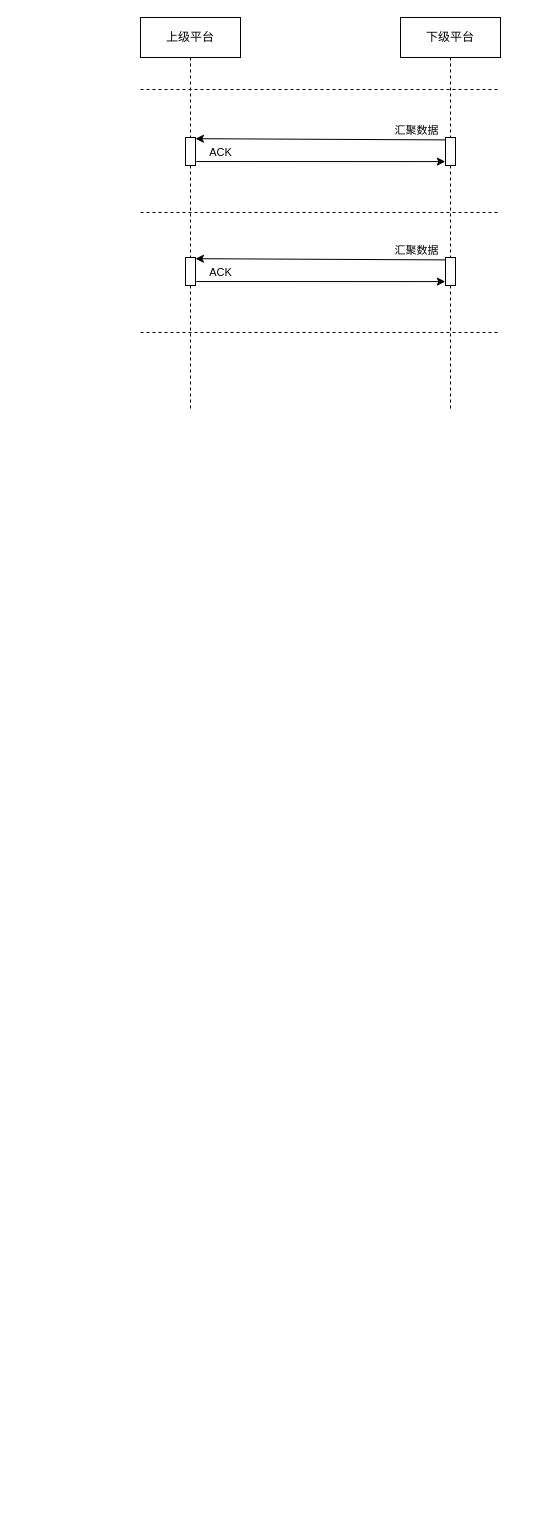
Earlier version of the draw.io diagram page "Page-4" (4 of 6) of 染色平台.drawio (liubocoder/diagrams). Source tidied: cells renumbered, new cells numbered last; positions are measured from the earlier drawing's top-left corner, leaving out a move shared by most shapes. Both pictures are drawn from the tidied source at 100%, with x=0, y=0 at pixel (140, 17).
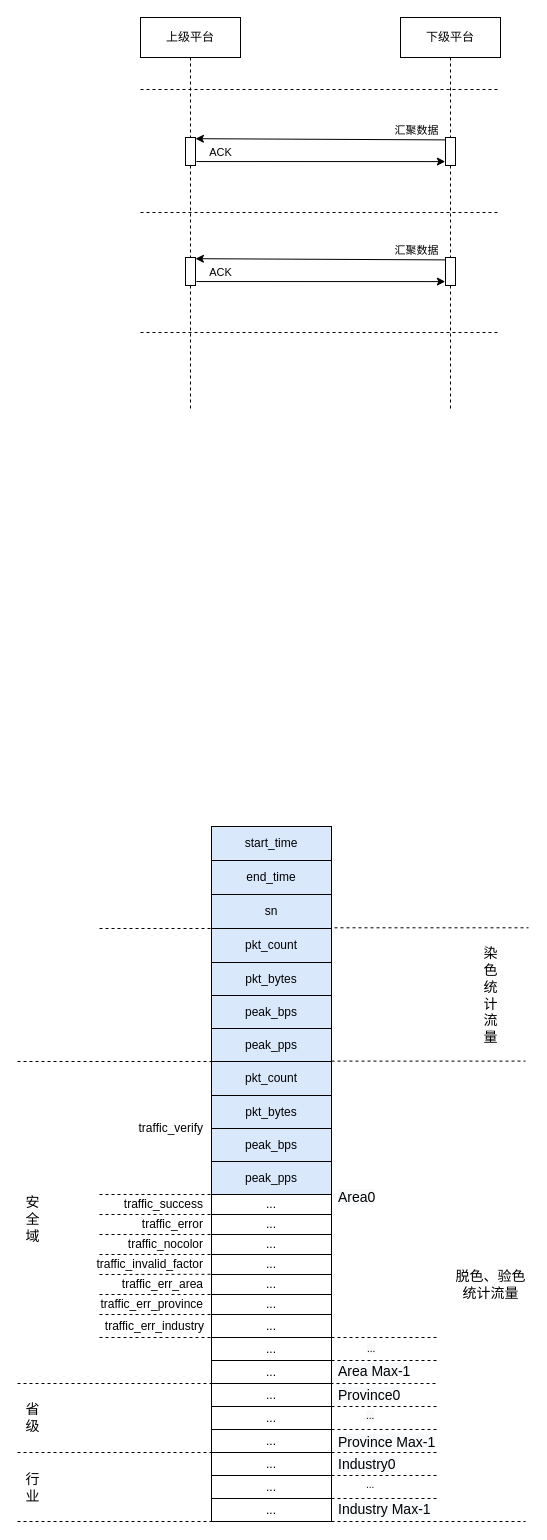
Above is the later version.

The edit, as a diff of the source:
```diff
@@
+    <mxCell id="19" style="rounded=0;whiteSpace=wrap;html=1;sketch=0;fillColor=#dae8fc;strokeColor=#000000;" parent="1" vertex="1">
+      <mxGeometry x="71" y="1044" width="120" height="133" as="geometry" />
+    </mxCell>
+    <mxCell id="20" value="peak_pps" style="rounded=0;whiteSpace=wrap;html=1;sketch=0;strokeColor=#000000;fillColor=none;" parent="1" vertex="1">
+      <mxGeometry x="71" y="1144" width="120" height="33" as="geometry" />
+    </mxCell>
+    <mxCell id="21" value="peak_bps" style="rounded=0;whiteSpace=wrap;html=1;sketch=0;strokeColor=#000000;fillColor=none;" parent="1" vertex="1">
+      <mxGeometry x="71" y="1111" width="120" height="33" as="geometry" />
+    </mxCell>
+    <mxCell id="22" value="pkt_bytes" style="rounded=0;whiteSpace=wrap;html=1;sketch=0;strokeColor=#000000;fillColor=none;" parent="1" vertex="1">
+      <mxGeometry x="71" y="1078" width="120" height="33" as="geometry" />
+    </mxCell>
+    <mxCell id="23" value="pkt_count" style="rounded=0;whiteSpace=wrap;html=1;sketch=0;strokeColor=#000000;fillColor=none;" parent="1" vertex="1">
+      <mxGeometry x="71" y="1044" width="120" height="34" as="geometry" />
+    </mxCell>
+    <mxCell id="24" value="..." style="rounded=0;whiteSpace=wrap;html=1;sketch=0;strokeColor=#000000;fillColor=none;" parent="1" vertex="1">
+      <mxGeometry x="71" y="1177" width="120" height="20" as="geometry" />
+    </mxCell>
+    <mxCell id="25" style="endArrow=none;dashed=1;html=1;sketch=0;curved=0;strokeWidth=1;jumpSize=8;" parent="1" edge="1">
+      <mxGeometry relative="1" as="geometry">
+        <mxPoint x="-41" y="1177" as="sourcePoint" />
+        <mxPoint x="71" y="1177" as="targetPoint" />
+      </mxGeometry>
+    </mxCell>
+    <mxCell id="26" value="traffic_verify" style="text;html=1;strokeColor=none;fillColor=none;align=right;verticalAlign=middle;whiteSpace=wrap;rounded=0;sketch=0;strokeWidth=1;fontSize=12;" parent="1" vertex="1">
+      <mxGeometry x="-30" y="1102" width="95" height="17" as="geometry" />
+    </mxCell>
+    <mxCell id="27" value="..." style="rounded=0;whiteSpace=wrap;html=1;sketch=0;strokeColor=#000000;fillColor=none;" parent="1" vertex="1">
+      <mxGeometry x="71" y="1197" width="120" height="20" as="geometry" />
+    </mxCell>
+    <mxCell id="28" value="..." style="rounded=0;whiteSpace=wrap;html=1;sketch=0;strokeColor=#000000;fillColor=none;" parent="1" vertex="1">
+      <mxGeometry x="71" y="1217" width="120" height="20" as="geometry" />
+    </mxCell>
+    <mxCell id="29" value="..." style="rounded=0;whiteSpace=wrap;html=1;sketch=0;strokeColor=#000000;fillColor=none;" parent="1" vertex="1">
+      <mxGeometry x="71" y="1237" width="120" height="20" as="geometry" />
+    </mxCell>
+    <mxCell id="30" value="..." style="rounded=0;whiteSpace=wrap;html=1;sketch=0;strokeColor=#000000;fillColor=none;" parent="1" vertex="1">
+      <mxGeometry x="71" y="1257" width="120" height="20" as="geometry" />
+    </mxCell>
+    <mxCell id="31" value="..." style="rounded=0;whiteSpace=wrap;html=1;sketch=0;strokeColor=#000000;fillColor=none;" parent="1" vertex="1">
+      <mxGeometry x="71" y="1277" width="120" height="20" as="geometry" />
+    </mxCell>
+    <mxCell id="32" style="endArrow=none;dashed=1;html=1;sketch=0;curved=0;strokeWidth=1;jumpSize=8;" parent="1" edge="1">
+      <mxGeometry relative="1" as="geometry">
+        <mxPoint x="-41" y="1197" as="sourcePoint" />
+        <mxPoint x="71" y="1197" as="targetPoint" />
+      </mxGeometry>
+    </mxCell>
+    <mxCell id="33" style="endArrow=none;dashed=1;html=1;sketch=0;curved=0;strokeWidth=1;jumpSize=8;" parent="1" edge="1">
+      <mxGeometry relative="1" as="geometry">
+        <mxPoint x="-41" y="1217" as="sourcePoint" />
+        <mxPoint x="71" y="1217" as="targetPoint" />
+      </mxGeometry>
+    </mxCell>
+    <mxCell id="34" style="endArrow=none;dashed=1;html=1;sketch=0;curved=0;strokeWidth=1;jumpSize=8;" parent="1" edge="1">
+      <mxGeometry relative="1" as="geometry">
+        <mxPoint x="-41" y="1237" as="sourcePoint" />
+        <mxPoint x="71" y="1237" as="targetPoint" />
+      </mxGeometry>
+    </mxCell>
+    <mxCell id="35" style="endArrow=none;dashed=1;html=1;sketch=0;curved=0;strokeWidth=1;jumpSize=8;" parent="1" edge="1">
+      <mxGeometry relative="1" as="geometry">
+        <mxPoint x="-41" y="1257" as="sourcePoint" />
+        <mxPoint x="71" y="1256.8" as="targetPoint" />
+      </mxGeometry>
+    </mxCell>
+    <mxCell id="36" style="endArrow=none;dashed=1;html=1;sketch=0;curved=0;strokeWidth=1;jumpSize=8;" parent="1" edge="1">
+      <mxGeometry relative="1" as="geometry">
+        <mxPoint x="-41" y="1277" as="sourcePoint" />
+        <mxPoint x="71" y="1277" as="targetPoint" />
+      </mxGeometry>
+    </mxCell>
+    <mxCell id="37" value="traffic_success" style="text;html=1;strokeColor=none;fillColor=none;align=right;verticalAlign=middle;whiteSpace=wrap;rounded=0;sketch=0;strokeWidth=1;fontSize=12;" parent="1" vertex="1">
+      <mxGeometry x="-40" y="1178.5" width="105" height="17" as="geometry" />
+    </mxCell>
+    <mxCell id="38" value="traffic_error" style="text;html=1;strokeColor=none;fillColor=none;align=right;verticalAlign=middle;whiteSpace=wrap;rounded=0;sketch=0;strokeWidth=1;fontSize=12;" parent="1" vertex="1">
+      <mxGeometry x="-34" y="1198.5" width="99" height="17" as="geometry" />
+    </mxCell>
+    <mxCell id="39" value="traffic_nocolor" style="text;html=1;strokeColor=none;fillColor=none;align=right;verticalAlign=middle;whiteSpace=wrap;rounded=0;sketch=0;strokeWidth=1;fontSize=12;" parent="1" vertex="1">
+      <mxGeometry x="-33" y="1218.5" width="98" height="17" as="geometry" />
+    </mxCell>
+    <mxCell id="40" value="traffic_invalid_factor" style="text;html=1;strokeColor=none;fillColor=none;align=right;verticalAlign=middle;whiteSpace=wrap;rounded=0;sketch=0;strokeWidth=1;fontSize=12;" parent="1" vertex="1">
+      <mxGeometry x="-48" y="1238.5" width="113" height="17" as="geometry" />
+    </mxCell>
+    <mxCell id="41" value="traffic_err_area" style="text;html=1;strokeColor=none;fillColor=none;align=right;verticalAlign=middle;whiteSpace=wrap;rounded=0;sketch=0;strokeWidth=1;fontSize=12;" parent="1" vertex="1">
+      <mxGeometry x="-44" y="1258.5" width="109" height="17" as="geometry" />
+    </mxCell>
+    <mxCell id="42" value="traffic_err_province" style="text;html=1;strokeColor=none;fillColor=none;align=right;verticalAlign=middle;whiteSpace=wrap;rounded=0;sketch=0;strokeWidth=1;fontSize=12;" parent="1" vertex="1">
+      <mxGeometry x="-41" y="1278.5" width="106" height="17" as="geometry" />
+    </mxCell>
+    <mxCell id="43" value="..." style="rounded=0;whiteSpace=wrap;html=1;sketch=0;strokeColor=#000000;fillColor=none;" parent="1" vertex="1">
+      <mxGeometry x="71" y="1297" width="120" height="23" as="geometry" />
+    </mxCell>
+    <mxCell id="44" value="..." style="rounded=0;whiteSpace=wrap;html=1;sketch=0;strokeColor=#000000;fillColor=none;" parent="1" vertex="1">
+      <mxGeometry x="71" y="1343" width="120" height="23" as="geometry" />
+    </mxCell>
+    <mxCell id="45" value="..." style="rounded=0;whiteSpace=wrap;html=1;sketch=0;strokeColor=#000000;fillColor=none;" parent="1" vertex="1">
+      <mxGeometry x="71" y="1366" width="120" height="23" as="geometry" />
+    </mxCell>
+    <mxCell id="46" value="..." style="rounded=0;whiteSpace=wrap;html=1;sketch=0;strokeColor=#000000;fillColor=none;" parent="1" vertex="1">
+      <mxGeometry x="71" y="1389" width="120" height="23" as="geometry" />
+    </mxCell>
+    <mxCell id="47" value="..." style="rounded=0;whiteSpace=wrap;html=1;sketch=0;strokeColor=#000000;fillColor=none;" parent="1" vertex="1">
+      <mxGeometry x="71" y="1412" width="120" height="23" as="geometry" />
+    </mxCell>
+    <mxCell id="48" value="..." style="rounded=0;whiteSpace=wrap;html=1;sketch=0;strokeColor=#000000;fillColor=none;" parent="1" vertex="1">
+      <mxGeometry x="71" y="1435" width="120" height="23" as="geometry" />
+    </mxCell>
+    <mxCell id="49" value="..." style="rounded=0;whiteSpace=wrap;html=1;sketch=0;strokeColor=#000000;fillColor=none;" parent="1" vertex="1">
+      <mxGeometry x="71" y="1458" width="120" height="23" as="geometry" />
+    </mxCell>
+    <mxCell id="50" style="endArrow=none;dashed=1;html=1;sketch=0;curved=0;strokeWidth=1;jumpSize=8;" parent="1" edge="1">
+      <mxGeometry relative="1" as="geometry">
+        <mxPoint x="191" y="1389" as="sourcePoint" />
+        <mxPoint x="296" y="1389" as="targetPoint" />
+      </mxGeometry>
+    </mxCell>
+    <mxCell id="51" style="endArrow=none;dashed=1;html=1;sketch=0;curved=0;strokeWidth=1;jumpSize=8;" parent="1" edge="1">
+      <mxGeometry relative="1" as="geometry">
+        <mxPoint x="191" y="1412" as="sourcePoint" />
+        <mxPoint x="296" y="1412" as="targetPoint" />
+      </mxGeometry>
+    </mxCell>
+    <mxCell id="52" style="endArrow=none;dashed=1;html=1;sketch=0;curved=0;strokeWidth=1;jumpSize=8;" parent="1" edge="1">
+      <mxGeometry relative="1" as="geometry">
+        <mxPoint x="191" y="1458" as="sourcePoint" />
+        <mxPoint x="296" y="1458" as="targetPoint" />
+      </mxGeometry>
+    </mxCell>
+    <mxCell id="53" style="endArrow=none;dashed=1;html=1;sketch=0;curved=0;strokeWidth=1;jumpSize=8;" parent="1" edge="1">
+      <mxGeometry relative="1" as="geometry">
+        <mxPoint x="191" y="1481" as="sourcePoint" />
+        <mxPoint x="296" y="1481" as="targetPoint" />
+      </mxGeometry>
+    </mxCell>
+    <mxCell id="54" value="..." style="rounded=0;whiteSpace=wrap;html=1;sketch=0;strokeColor=#000000;fillColor=none;" parent="1" vertex="1">
+      <mxGeometry x="71" y="1481" width="120" height="23" as="geometry" />
+    </mxCell>
+    <mxCell id="55" value="&lt;span style=&quot;color: rgb(0 , 0 , 0) ; font-family: &amp;#34;helvetica&amp;#34; ; font-size: 14px ; font-style: normal ; font-weight: 400 ; letter-spacing: normal ; text-align: center ; text-indent: 0px ; text-transform: none ; word-spacing: 0px ; background-color: rgb(248 , 249 , 250) ; display: inline ; float: none&quot;&gt;Area0&lt;/span&gt;" style="text;whiteSpace=wrap;html=1;fontSize=14;" parent="1" vertex="1">
+      <mxGeometry x="196" y="1164.5" width="44" height="31" as="geometry" />
+    </mxCell>
+    <mxCell id="56" value="染色统计流量" style="text;html=1;strokeColor=none;fillColor=none;align=center;verticalAlign=middle;whiteSpace=wrap;rounded=0;sketch=0;fontSize=14;" parent="1" vertex="1">
+      <mxGeometry x="340" y="963" width="21" height="30" as="geometry" />
+    </mxCell>
+    <mxCell id="57" value="脱色、验色统计流量" style="text;html=1;strokeColor=none;fillColor=none;align=center;verticalAlign=middle;whiteSpace=wrap;rounded=0;sketch=0;fontSize=14;" parent="1" vertex="1">
+      <mxGeometry x="313" y="1252" width="75" height="30" as="geometry" />
+    </mxCell>
+    <mxCell id="58" value="peak_pps" style="rounded=0;whiteSpace=wrap;html=1;sketch=0;fillColor=#dae8fc;strokeColor=#000000;" parent="1" vertex="1">
+      <mxGeometry x="71" y="1011" width="120" height="33" as="geometry" />
+    </mxCell>
+    <mxCell id="59" value="peak_bps" style="rounded=0;whiteSpace=wrap;html=1;sketch=0;fillColor=#dae8fc;strokeColor=#000000;" parent="1" vertex="1">
+      <mxGeometry x="71" y="978" width="120" height="33" as="geometry" />
+    </mxCell>
+    <mxCell id="60" style="endArrow=none;dashed=1;html=1;sketch=0;curved=0;strokeWidth=1;jumpSize=8;" parent="1" edge="1">
+      <mxGeometry relative="1" as="geometry">
+        <mxPoint x="194" y="910.3" as="sourcePoint" />
+        <mxPoint x="388" y="910.3" as="targetPoint" />
+      </mxGeometry>
+    </mxCell>
+    <mxCell id="61" style="endArrow=none;dashed=1;html=1;sketch=0;curved=0;strokeWidth=1;jumpSize=8;" parent="1" edge="1">
+      <mxGeometry relative="1" as="geometry">
+        <mxPoint x="191" y="1043.6" as="sourcePoint" />
+        <mxPoint x="385" y="1043.6" as="targetPoint" />
+      </mxGeometry>
+    </mxCell>
+    <mxCell id="62" style="endArrow=none;dashed=1;html=1;sketch=0;curved=0;strokeWidth=1;jumpSize=8;" parent="1" edge="1">
+      <mxGeometry relative="1" as="geometry">
+        <mxPoint x="191" y="1320" as="sourcePoint" />
+        <mxPoint x="296" y="1320" as="targetPoint" />
+      </mxGeometry>
+    </mxCell>
+    <mxCell id="63" style="endArrow=none;dashed=1;html=1;sketch=0;curved=0;strokeWidth=1;jumpSize=8;" parent="1" edge="1">
+      <mxGeometry relative="1" as="geometry">
+        <mxPoint x="190" y="1366" as="sourcePoint" />
+        <mxPoint x="295" y="1366" as="targetPoint" />
+      </mxGeometry>
+    </mxCell>
+    <mxCell id="64" style="endArrow=none;dashed=1;html=1;sketch=0;curved=0;strokeWidth=1;jumpSize=8;" parent="1" edge="1">
+      <mxGeometry relative="1" as="geometry">
+        <mxPoint x="191" y="1343" as="sourcePoint" />
+        <mxPoint x="296" y="1343" as="targetPoint" />
+      </mxGeometry>
+    </mxCell>
+    <mxCell id="65" value="start_time" style="rounded=0;whiteSpace=wrap;html=1;sketch=0;fillColor=#dae8fc;strokeColor=#000000;" parent="1" vertex="1">
+      <mxGeometry x="71" y="809" width="120" height="34" as="geometry" />
+    </mxCell>
+    <mxCell id="66" value="end_time" style="rounded=0;whiteSpace=wrap;html=1;sketch=0;fillColor=#dae8fc;strokeColor=#000000;" parent="1" vertex="1">
+      <mxGeometry x="71" y="843" width="120" height="34" as="geometry" />
+    </mxCell>
+    <mxCell id="67" value="sn" style="rounded=0;whiteSpace=wrap;html=1;sketch=0;fillColor=#dae8fc;strokeColor=#000000;" parent="1" vertex="1">
+      <mxGeometry x="71" y="877" width="120" height="34" as="geometry" />
+    </mxCell>
+    <mxCell id="68" value="pkt_count" style="rounded=0;whiteSpace=wrap;html=1;sketch=0;fillColor=#dae8fc;strokeColor=#000000;" parent="1" vertex="1">
+      <mxGeometry x="71" y="911" width="120" height="34" as="geometry" />
+    </mxCell>
+    <mxCell id="69" value="pkt_bytes" style="rounded=0;whiteSpace=wrap;html=1;sketch=0;fillColor=#dae8fc;strokeColor=#000000;" parent="1" vertex="1">
+      <mxGeometry x="71" y="945" width="120" height="33" as="geometry" />
+    </mxCell>
+    <mxCell id="70" value="&lt;div style=&quot;text-align: center&quot;&gt;&lt;font face=&quot;helvetica&quot; size=&quot;1&quot;&gt;&lt;span style=&quot;background-color: rgb(248 , 249 , 250)&quot;&gt;...&lt;/span&gt;&lt;/font&gt;&lt;/div&gt;" style="text;whiteSpace=wrap;html=1;fontSize=14;" parent="1" vertex="1">
+      <mxGeometry x="225" y="1315" width="21" height="24" as="geometry" />
+    </mxCell>
+    <mxCell id="71" value="&lt;span style=&quot;color: rgb(0 , 0 , 0) ; font-family: &amp;#34;helvetica&amp;#34; ; font-size: 14px ; font-style: normal ; font-weight: 400 ; letter-spacing: normal ; text-align: center ; text-indent: 0px ; text-transform: none ; word-spacing: 0px ; background-color: rgb(248 , 249 , 250) ; display: inline ; float: none&quot;&gt;Area Max-1&lt;/span&gt;" style="text;whiteSpace=wrap;html=1;fontSize=14;" parent="1" vertex="1">
+      <mxGeometry x="196" y="1339" width="83" height="31" as="geometry" />
+    </mxCell>
+    <mxCell id="72" value="&lt;span style=&quot;color: rgb(0 , 0 , 0) ; font-family: &amp;#34;helvetica&amp;#34; ; font-size: 14px ; font-style: normal ; font-weight: 400 ; letter-spacing: normal ; text-align: center ; text-indent: 0px ; text-transform: none ; word-spacing: 0px ; background-color: rgb(248 , 249 , 250) ; display: inline ; float: none&quot;&gt;Province Max-1&lt;/span&gt;" style="text;whiteSpace=wrap;html=1;fontSize=14;" parent="1" vertex="1">
+      <mxGeometry x="196" y="1410" width="138" height="22" as="geometry" />
+    </mxCell>
+    <mxCell id="73" value="&lt;span style=&quot;color: rgb(0 , 0 , 0) ; font-family: &amp;#34;helvetica&amp;#34; ; font-size: 14px ; font-style: normal ; font-weight: 400 ; letter-spacing: normal ; text-align: center ; text-indent: 0px ; text-transform: none ; word-spacing: 0px ; background-color: rgb(248 , 249 , 250) ; display: inline ; float: none&quot;&gt;Industry Max-1&lt;/span&gt;" style="text;whiteSpace=wrap;html=1;fontSize=14;" parent="1" vertex="1">
+      <mxGeometry x="196" y="1477" width="102" height="21" as="geometry" />
+    </mxCell>
+    <mxCell id="74" style="endArrow=none;dashed=1;html=1;sketch=0;curved=0;strokeWidth=1;jumpSize=8;" parent="1" edge="1">
+      <mxGeometry relative="1" as="geometry">
+        <mxPoint x="191" y="1435" as="sourcePoint" />
+        <mxPoint x="296" y="1435" as="targetPoint" />
+      </mxGeometry>
+    </mxCell>
+    <mxCell id="75" value="&lt;div style=&quot;text-align: center&quot;&gt;&lt;font face=&quot;helvetica&quot; size=&quot;1&quot;&gt;&lt;span style=&quot;background-color: rgb(248 , 249 , 250)&quot;&gt;...&lt;/span&gt;&lt;/font&gt;&lt;/div&gt;" style="text;whiteSpace=wrap;html=1;fontSize=14;" parent="1" vertex="1">
+      <mxGeometry x="224" y="1382" width="21" height="24" as="geometry" />
+    </mxCell>
+    <mxCell id="76" value="&lt;div style=&quot;text-align: center ; font-size: 10px&quot;&gt;...&lt;/div&gt;" style="text;whiteSpace=wrap;html=1;fontSize=14;" parent="1" vertex="1">
+      <mxGeometry x="224" y="1455" width="21" height="16" as="geometry" />
+    </mxCell>
+    <mxCell id="77" value="&lt;span style=&quot;color: rgb(0 , 0 , 0) ; font-family: &amp;#34;helvetica&amp;#34; ; font-size: 14px ; font-style: normal ; font-weight: 400 ; letter-spacing: normal ; text-align: center ; text-indent: 0px ; text-transform: none ; word-spacing: 0px ; background-color: rgb(248 , 249 , 250) ; display: inline ; float: none&quot;&gt;Industry0&lt;/span&gt;" style="text;whiteSpace=wrap;html=1;fontSize=14;" parent="1" vertex="1">
+      <mxGeometry x="196" y="1432" width="102" height="21" as="geometry" />
+    </mxCell>
+    <mxCell id="78" value="&lt;span style=&quot;color: rgb(0 , 0 , 0) ; font-family: &amp;#34;helvetica&amp;#34; ; font-size: 14px ; font-style: normal ; font-weight: 400 ; letter-spacing: normal ; text-align: center ; text-indent: 0px ; text-transform: none ; word-spacing: 0px ; background-color: rgb(248 , 249 , 250) ; display: inline ; float: none&quot;&gt;Province0&lt;/span&gt;" style="text;whiteSpace=wrap;html=1;fontSize=14;" parent="1" vertex="1">
+      <mxGeometry x="196" y="1363" width="138" height="22" as="geometry" />
+    </mxCell>
+    <mxCell id="79" style="endArrow=none;dashed=1;html=1;sketch=0;curved=0;strokeWidth=1;jumpSize=8;" parent="1" edge="1">
+      <mxGeometry relative="1" as="geometry">
+        <mxPoint x="-41" y="1297" as="sourcePoint" />
+        <mxPoint x="71" y="1297" as="targetPoint" />
+      </mxGeometry>
+    </mxCell>
+    <mxCell id="80" style="endArrow=none;dashed=1;html=1;sketch=0;curved=0;strokeWidth=1;jumpSize=8;" parent="1" edge="1">
+      <mxGeometry relative="1" as="geometry">
+        <mxPoint x="191" y="1504" as="sourcePoint" />
+        <mxPoint x="385" y="1504" as="targetPoint" />
+      </mxGeometry>
+    </mxCell>
+    <mxCell id="81" style="endArrow=none;dashed=1;html=1;sketch=0;curved=0;strokeWidth=1;jumpSize=8;" parent="1" edge="1">
+      <mxGeometry relative="1" as="geometry">
+        <mxPoint x="-41" y="911" as="sourcePoint" />
+        <mxPoint x="71" y="911" as="targetPoint" />
+      </mxGeometry>
+    </mxCell>
+    <mxCell id="82" style="endArrow=none;dashed=1;html=1;sketch=0;curved=0;strokeWidth=1;jumpSize=8;" parent="1" edge="1">
+      <mxGeometry relative="1" as="geometry">
+        <mxPoint x="-123" y="1044" as="sourcePoint" />
+        <mxPoint x="71" y="1044" as="targetPoint" />
+      </mxGeometry>
+    </mxCell>
+    <mxCell id="83" style="endArrow=none;dashed=1;html=1;sketch=0;curved=0;strokeWidth=1;jumpSize=8;" parent="1" edge="1">
+      <mxGeometry relative="1" as="geometry">
+        <mxPoint x="-123" y="1366" as="sourcePoint" />
+        <mxPoint x="71" y="1366" as="targetPoint" />
+      </mxGeometry>
+    </mxCell>
+    <mxCell id="84" style="endArrow=none;dashed=1;html=1;sketch=0;curved=0;strokeWidth=1;jumpSize=8;" parent="1" edge="1">
+      <mxGeometry relative="1" as="geometry">
+        <mxPoint x="-123" y="1435" as="sourcePoint" />
+        <mxPoint x="71" y="1435" as="targetPoint" />
+      </mxGeometry>
+    </mxCell>
+    <mxCell id="85" style="endArrow=none;dashed=1;html=1;sketch=0;curved=0;strokeWidth=1;jumpSize=8;" parent="1" edge="1">
+      <mxGeometry relative="1" as="geometry">
+        <mxPoint x="-123" y="1504" as="sourcePoint" />
+        <mxPoint x="71" y="1504" as="targetPoint" />
+      </mxGeometry>
+    </mxCell>
+    <mxCell id="86" value="安全域" style="text;html=1;strokeColor=none;fillColor=none;align=center;verticalAlign=middle;whiteSpace=wrap;rounded=0;sketch=0;fontSize=14;" parent="1" vertex="1">
+      <mxGeometry x="-118" y="1187" width="21" height="30" as="geometry" />
+    </mxCell>
+    <mxCell id="87" value="省级" style="text;html=1;strokeColor=none;fillColor=none;align=center;verticalAlign=middle;whiteSpace=wrap;rounded=0;sketch=0;fontSize=14;" parent="1" vertex="1">
+      <mxGeometry x="-118" y="1385" width="21" height="30" as="geometry" />
+    </mxCell>
+    <mxCell id="88" value="行业" style="text;html=1;strokeColor=none;fillColor=none;align=center;verticalAlign=middle;whiteSpace=wrap;rounded=0;sketch=0;fontSize=14;" parent="1" vertex="1">
+      <mxGeometry x="-118" y="1454.5" width="21" height="30" as="geometry" />
+    </mxCell>
+    <mxCell id="89" value="..." style="rounded=0;whiteSpace=wrap;html=1;sketch=0;strokeColor=#000000;fillColor=none;" parent="1" vertex="1">
+      <mxGeometry x="71" y="1320" width="120" height="23" as="geometry" />
+    </mxCell>
+    <mxCell id="90" value="traffic_err_industry" style="text;html=1;strokeColor=none;fillColor=none;align=right;verticalAlign=middle;whiteSpace=wrap;rounded=0;sketch=0;strokeWidth=1;fontSize=12;" parent="1" vertex="1">
+      <mxGeometry x="-40" y="1300" width="106" height="17" as="geometry" />
+    </mxCell>
+    <mxCell id="91" style="endArrow=none;dashed=1;html=1;sketch=0;curved=0;strokeWidth=1;jumpSize=8;" parent="1" edge="1">
+      <mxGeometry relative="1" as="geometry">
+        <mxPoint x="-41" y="1320" as="sourcePoint" />
+        <mxPoint x="71" y="1320" as="targetPoint" />
+      </mxGeometry>
+    </mxCell>
```
